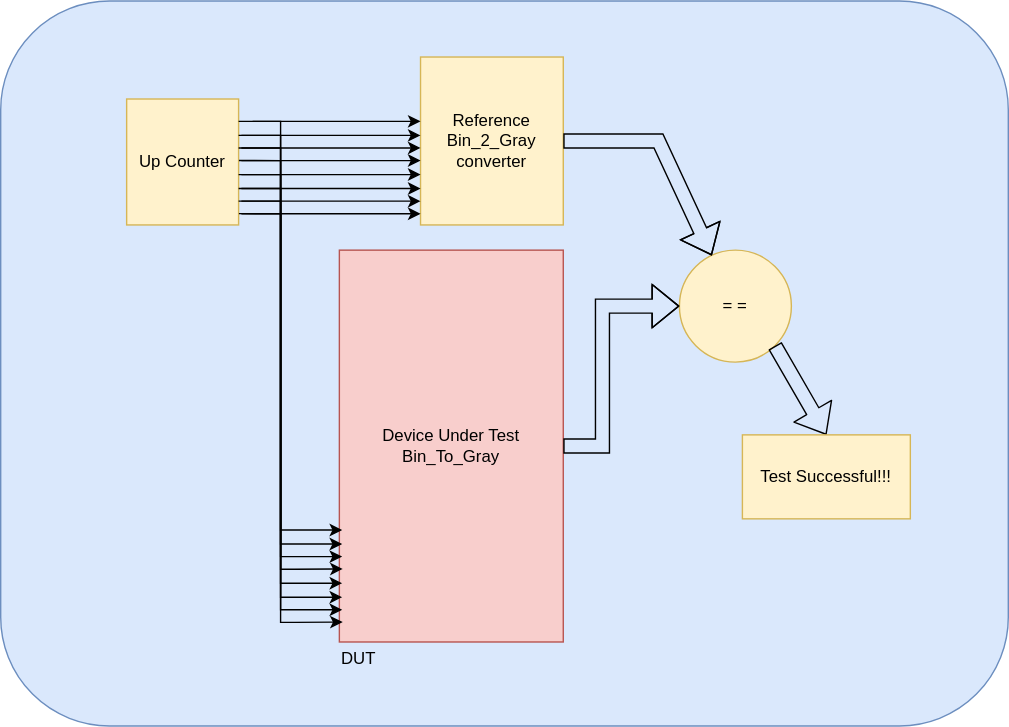
Earlier version of the draw.io export document/bin_2_gray_tb.svg (ADN-VLSI/SC-SoC). Source tidied: cells renumbered, new cells last; positions are measured from the earlier drawing's top-left corner, leaving out a move shared by most shapes.
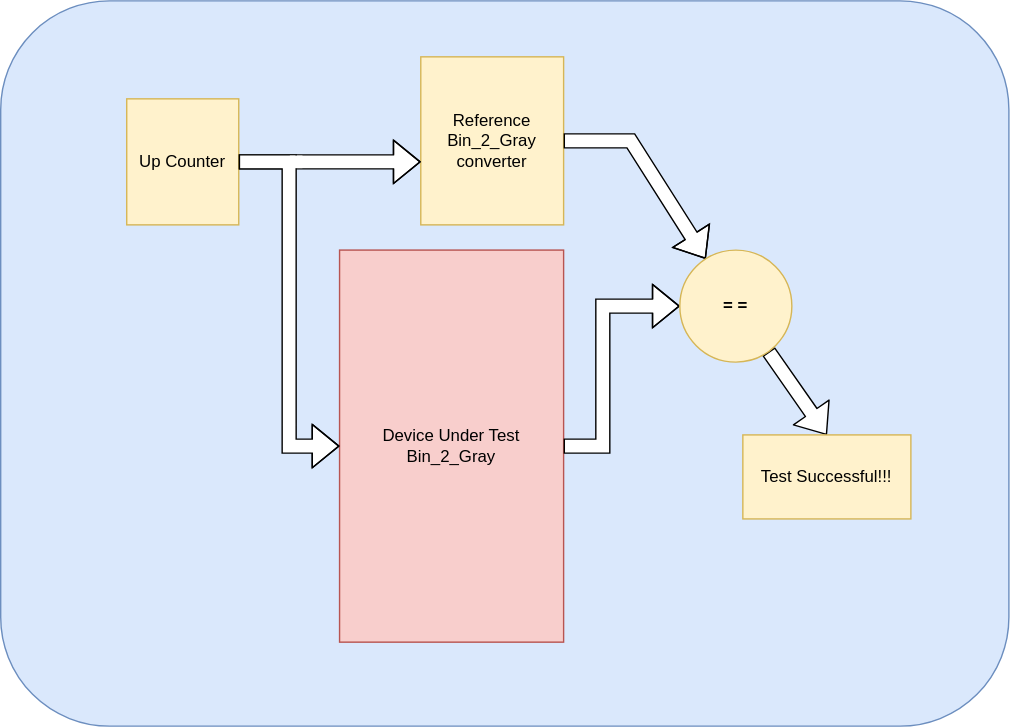
After the commit.

The edit, as a diff of the source:
```diff
@@ -5,164 +5,23 @@
     <mxCell id="2" style="rounded=1;whiteSpace=wrap;html=1;fillColor=#dae8fc;strokeColor=#6c8ebf;" parent="1" vertex="1">
       <mxGeometry width="720" height="518" as="geometry" />
     </mxCell>
-    <mxCell id="3" value="&lt;div&gt;Device Under Test&lt;br&gt;Bin_To_Gray&lt;/div&gt;" style="rounded=0;whiteSpace=wrap;html=1;fillColor=#f8cecc;strokeColor=#b85450;" parent="1" vertex="1">
+    <mxCell id="3" value="&lt;div&gt;Device Under Test&lt;br&gt;Bin_2_Gray&lt;/div&gt;" style="rounded=0;whiteSpace=wrap;html=1;fillColor=#f8cecc;strokeColor=#b85450;" parent="1" vertex="1">
       <mxGeometry x="242" y="178" width="160" height="280" as="geometry" />
     </mxCell>
-    <mxCell id="4" value="DUT" style="text;html=1;align=center;verticalAlign=middle;whiteSpace=wrap;rounded=0;" parent="1" vertex="1">
-      <mxGeometry x="226" y="455" width="60" height="30" as="geometry" />
-    </mxCell>
     <mxCell id="5" value="Up Counter" style="rounded=0;whiteSpace=wrap;html=1;fillColor=#fff2cc;strokeColor=#d6b656;" parent="1" vertex="1">
       <mxGeometry x="90" y="70" width="80" height="90" as="geometry" />
     </mxCell>
-    <mxCell id="6" style="endArrow=classic;html=1;exitX=1.003;exitY=0.916;exitDx=0;exitDy=0;exitPerimeter=0;entryX=0.015;entryY=0.942;entryDx=0;entryDy=0;entryPerimeter=0;rounded=0;curved=0;" parent="1" edge="1">
-      <mxGeometry relative="1" as="geometry">
-        <mxPoint x="170.2" y="151.9" as="sourcePoint" />
-        <mxPoint x="244.4" y="443.8" as="targetPoint" />
-        <Array as="points">
-          <mxPoint x="200" y="152" />
-          <mxPoint x="200" y="444" />
-          <mxPoint x="210" y="444" />
-        </Array>
-      </mxGeometry>
-    </mxCell>
-    <mxCell id="7" style="endArrow=classic;html=1;exitX=1.003;exitY=0.916;exitDx=0;exitDy=0;exitPerimeter=0;entryX=0.015;entryY=0.942;entryDx=0;entryDy=0;entryPerimeter=0;rounded=0;curved=0;" parent="1" edge="1">
-      <mxGeometry relative="1" as="geometry">
-        <mxPoint x="170" y="143" as="sourcePoint" />
-        <mxPoint x="244" y="435" as="targetPoint" />
-        <Array as="points">
-          <mxPoint x="200" y="143" />
-          <mxPoint x="200" y="435" />
-          <mxPoint x="210" y="435" />
-        </Array>
-      </mxGeometry>
-    </mxCell>
-    <mxCell id="8" style="endArrow=classic;html=1;exitX=1.003;exitY=0.916;exitDx=0;exitDy=0;exitPerimeter=0;entryX=0.015;entryY=0.942;entryDx=0;entryDy=0;entryPerimeter=0;rounded=0;curved=0;" parent="1" edge="1">
-      <mxGeometry relative="1" as="geometry">
-        <mxPoint x="170" y="134" as="sourcePoint" />
-        <mxPoint x="244" y="426" as="targetPoint" />
-        <Array as="points">
-          <mxPoint x="200" y="134" />
-          <mxPoint x="200" y="426" />
-          <mxPoint x="210" y="426" />
-        </Array>
-      </mxGeometry>
-    </mxCell>
-    <mxCell id="9" style="endArrow=classic;html=1;exitX=1.003;exitY=0.916;exitDx=0;exitDy=0;exitPerimeter=0;entryX=0.015;entryY=0.942;entryDx=0;entryDy=0;entryPerimeter=0;rounded=0;curved=0;" parent="1" edge="1">
-      <mxGeometry relative="1" as="geometry">
-        <mxPoint x="170" y="124" as="sourcePoint" />
-        <mxPoint x="244" y="416" as="targetPoint" />
-        <Array as="points">
-          <mxPoint x="200" y="124" />
-          <mxPoint x="200" y="416" />
-          <mxPoint x="210" y="416" />
-        </Array>
-      </mxGeometry>
-    </mxCell>
-    <mxCell id="10" style="endArrow=classic;html=1;exitX=1.003;exitY=0.916;exitDx=0;exitDy=0;exitPerimeter=0;entryX=0.015;entryY=0.942;entryDx=0;entryDy=0;entryPerimeter=0;rounded=0;curved=0;" parent="1" edge="1">
-      <mxGeometry relative="1" as="geometry">
-        <mxPoint x="170.2" y="113.9" as="sourcePoint" />
-        <mxPoint x="244.4" y="405.8" as="targetPoint" />
-        <Array as="points">
-          <mxPoint x="200" y="114" />
-          <mxPoint x="200" y="406" />
-          <mxPoint x="210" y="406" />
-        </Array>
-      </mxGeometry>
-    </mxCell>
-    <mxCell id="11" style="endArrow=classic;html=1;exitX=1.003;exitY=0.916;exitDx=0;exitDy=0;exitPerimeter=0;entryX=0.015;entryY=0.942;entryDx=0;entryDy=0;entryPerimeter=0;rounded=0;curved=0;" parent="1" edge="1">
-      <mxGeometry relative="1" as="geometry">
-        <mxPoint x="170" y="105" as="sourcePoint" />
-        <mxPoint x="244" y="397" as="targetPoint" />
-        <Array as="points">
-          <mxPoint x="200" y="105" />
-          <mxPoint x="200" y="397" />
-          <mxPoint x="210" y="397" />
-        </Array>
-      </mxGeometry>
-    </mxCell>
-    <mxCell id="12" style="endArrow=classic;html=1;exitX=1.003;exitY=0.916;exitDx=0;exitDy=0;exitPerimeter=0;entryX=0.015;entryY=0.942;entryDx=0;entryDy=0;entryPerimeter=0;rounded=0;curved=0;" parent="1" edge="1">
-      <mxGeometry relative="1" as="geometry">
-        <mxPoint x="170" y="96" as="sourcePoint" />
-        <mxPoint x="244" y="388" as="targetPoint" />
-        <Array as="points">
-          <mxPoint x="200" y="96" />
-          <mxPoint x="200" y="388" />
-          <mxPoint x="210" y="388" />
-        </Array>
-      </mxGeometry>
-    </mxCell>
-    <mxCell id="13" style="endArrow=classic;html=1;exitX=1.003;exitY=0.916;exitDx=0;exitDy=0;exitPerimeter=0;entryX=0.015;entryY=0.942;entryDx=0;entryDy=0;entryPerimeter=0;rounded=0;curved=0;" parent="1" edge="1">
-      <mxGeometry relative="1" as="geometry">
-        <mxPoint x="170" y="86" as="sourcePoint" />
-        <mxPoint x="244" y="378" as="targetPoint" />
-        <Array as="points">
-          <mxPoint x="200" y="86" />
-          <mxPoint x="200" y="378" />
-          <mxPoint x="210" y="378" />
-        </Array>
-      </mxGeometry>
-    </mxCell>
     <mxCell id="14" value="Reference Bin_2_Gray converter" style="rounded=0;whiteSpace=wrap;html=1;fillColor=#fff2cc;strokeColor=#d6b656;" parent="1" vertex="1">
       <mxGeometry x="300" y="40" width="102" height="120" as="geometry" />
     </mxCell>
-    <mxCell id="15" style="endArrow=classic;html=1;entryX=0;entryY=0.383;entryDx=0;entryDy=0;entryPerimeter=0;" parent="1" edge="1" target="14">
-      <mxGeometry relative="1" as="geometry">
-        <mxPoint x="180" y="86" as="sourcePoint" />
-      </mxGeometry>
-    </mxCell>
-    <mxCell id="16" style="endArrow=classic;html=1;exitX=1.02;exitY=0.383;exitDx=0;exitDy=0;exitPerimeter=0;entryX=0;entryY=0.383;entryDx=0;entryDy=0;entryPerimeter=0;" parent="1" edge="1">
-      <mxGeometry relative="1" as="geometry">
-        <mxPoint x="172" y="96" as="sourcePoint" />
-        <mxPoint x="300" y="96" as="targetPoint" />
-      </mxGeometry>
-    </mxCell>
-    <mxCell id="17" style="endArrow=classic;html=1;exitX=1.02;exitY=0.383;exitDx=0;exitDy=0;exitPerimeter=0;entryX=0;entryY=0.383;entryDx=0;entryDy=0;entryPerimeter=0;" parent="1" edge="1">
-      <mxGeometry relative="1" as="geometry">
-        <mxPoint x="172" y="105" as="sourcePoint" />
-        <mxPoint x="300" y="105" as="targetPoint" />
-      </mxGeometry>
-    </mxCell>
-    <mxCell id="18" style="endArrow=classic;html=1;exitX=1.02;exitY=0.383;exitDx=0;exitDy=0;exitPerimeter=0;entryX=0;entryY=0.383;entryDx=0;entryDy=0;entryPerimeter=0;" parent="1" edge="1">
-      <mxGeometry relative="1" as="geometry">
-        <mxPoint x="172" y="114" as="sourcePoint" />
-        <mxPoint x="300" y="114" as="targetPoint" />
-      </mxGeometry>
-    </mxCell>
-    <mxCell id="19" style="endArrow=classic;html=1;exitX=1.02;exitY=0.383;exitDx=0;exitDy=0;exitPerimeter=0;entryX=0;entryY=0.383;entryDx=0;entryDy=0;entryPerimeter=0;" parent="1" edge="1">
-      <mxGeometry relative="1" as="geometry">
-        <mxPoint x="172" y="124" as="sourcePoint" />
-        <mxPoint x="300" y="124" as="targetPoint" />
-      </mxGeometry>
-    </mxCell>
-    <mxCell id="20" style="endArrow=classic;html=1;exitX=1.02;exitY=0.383;exitDx=0;exitDy=0;exitPerimeter=0;entryX=0;entryY=0.383;entryDx=0;entryDy=0;entryPerimeter=0;" parent="1" edge="1">
-      <mxGeometry relative="1" as="geometry">
-        <mxPoint x="172" y="134" as="sourcePoint" />
-        <mxPoint x="300" y="134" as="targetPoint" />
-      </mxGeometry>
-    </mxCell>
-    <mxCell id="21" style="endArrow=classic;html=1;exitX=1.02;exitY=0.383;exitDx=0;exitDy=0;exitPerimeter=0;entryX=0;entryY=0.383;entryDx=0;entryDy=0;entryPerimeter=0;" parent="1" edge="1">
-      <mxGeometry relative="1" as="geometry">
-        <mxPoint x="172" y="143" as="sourcePoint" />
-        <mxPoint x="300" y="143" as="targetPoint" />
-      </mxGeometry>
-    </mxCell>
-    <mxCell id="22" style="endArrow=classic;html=1;exitX=1.02;exitY=0.383;exitDx=0;exitDy=0;exitPerimeter=0;entryX=0;entryY=0.383;entryDx=0;entryDy=0;entryPerimeter=0;" parent="1" edge="1">
-      <mxGeometry relative="1" as="geometry">
-        <mxPoint x="172" y="152" as="sourcePoint" />
-        <mxPoint x="300" y="152" as="targetPoint" />
-      </mxGeometry>
-    </mxCell>
-    <mxCell id="23" value="= =" style="ellipse;whiteSpace=wrap;html=1;fillColor=#fff2cc;strokeColor=#d6b656;" parent="1" vertex="1">
-      <mxGeometry x="485" y="178" width="80" height="80" as="geometry" />
-    </mxCell>
-    <mxCell id="24" style="endArrow=classic;html=1;exitX=1;exitY=0.5;exitDx=0;exitDy=0;rounded=0;curved=0;shape=flexArrow;fillStyle=hatch;" parent="1" edge="1" source="14" target="23">
+    <mxCell id="24" style="endArrow=classic;html=1;exitX=1;exitY=0.5;exitDx=0;exitDy=0;rounded=0;curved=0;shape=flexArrow;fillStyle=auto;fillColor=default;" parent="1" edge="1" source="14" target="23">
       <mxGeometry relative="1" as="geometry">
         <Array as="points">
-          <mxPoint x="470" y="100" />
+          <mxPoint x="450" y="100" />
         </Array>
       </mxGeometry>
     </mxCell>
-    <mxCell id="25" style="endArrow=classic;html=1;exitX=1;exitY=0.5;exitDx=0;exitDy=0;entryX=0;entryY=0.5;entryDx=0;entryDy=0;rounded=0;curved=0;shape=flexArrow;" parent="1" edge="1" source="3" target="23">
+    <mxCell id="25" style="endArrow=classic;html=1;exitX=1;exitY=0.5;exitDx=0;exitDy=0;entryX=0;entryY=0.5;entryDx=0;entryDy=0;rounded=0;curved=0;shape=flexArrow;fillColor=default;" parent="1" edge="1" source="3" target="23">
       <mxGeometry relative="1" as="geometry">
         <Array as="points">
           <mxPoint x="430" y="318" />
@@ -170,11 +29,28 @@
         </Array>
       </mxGeometry>
     </mxCell>
-    <mxCell id="26" style="endArrow=classic;html=1;exitX=1;exitY=1;exitDx=0;exitDy=0;shape=flexArrow;entryX=0.5;entryY=0;entryDx=0;entryDy=0;" parent="1" edge="1" source="23" target="27">
+    <mxCell id="26" style="endArrow=classic;html=1;shape=flexArrow;entryX=0.5;entryY=0;entryDx=0;entryDy=0;fillColor=default;" parent="1" edge="1" source="23" target="27">
       <mxGeometry relative="1" as="geometry" />
     </mxCell>
     <mxCell id="27" value="Test Successful!!!" style="rounded=0;whiteSpace=wrap;html=1;fillColor=#fff2cc;strokeColor=#d6b656;" parent="1" vertex="1">
       <mxGeometry x="530" y="310" width="120" height="60" as="geometry" />
     </mxCell>
+    <mxCell id="23" value="= =" style="ellipse;whiteSpace=wrap;html=1;fillColor=#fff2cc;strokeColor=#d6b656;fontStyle=1;" parent="1" vertex="1">
+      <mxGeometry x="485" y="178" width="80" height="80" as="geometry" />
+    </mxCell>
+    <mxCell id="28" style="endArrow=classic;html=1;rounded=0;shape=flexArrow;fillStyle=auto;fillColor=default;edgeStyle=orthogonalEdgeStyle;" parent="1" edge="1" source="5" target="14">
+      <mxGeometry relative="1" as="geometry">
+        <Array as="points">
+          <mxPoint x="270" y="115" />
+          <mxPoint x="270" y="115" />
+        </Array>
+      </mxGeometry>
+    </mxCell>
+    <mxCell id="29" style="endArrow=classic;html=1;rounded=0;shape=flexArrow;fillStyle=auto;fillColor=default;edgeStyle=orthogonalEdgeStyle;entryX=0;entryY=0.5;entryDx=0;entryDy=0;" parent="1" edge="1" source="5" target="3">
+      <mxGeometry relative="1" as="geometry" />
+    </mxCell>
+    <mxCell id="30" style="whiteSpace=wrap;html=1;strokeColor=none;" parent="1" vertex="1">
+      <mxGeometry x="206.5" y="110.5" width="9" height="9" as="geometry" />
+    </mxCell>
   </root>
 </mxGraphModel>
```
